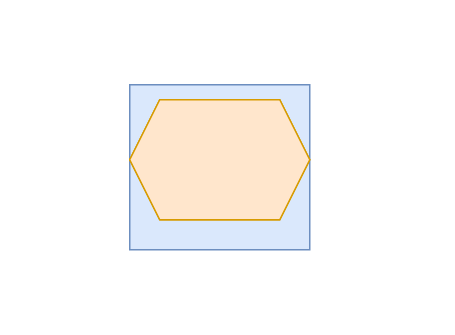
The draw.io diagram Untitled Diagram.drawio in PawanKumar5252/draw.io, before the edit. Source tidied: cells renumbered, new cells numbered last; positions are measured from the earlier drawing's top-left corner, leaving out a move shared by most shapes. Both pictures are drawn from the tidied source at 150%, with x=0, y=0 at pixel (129, 84).
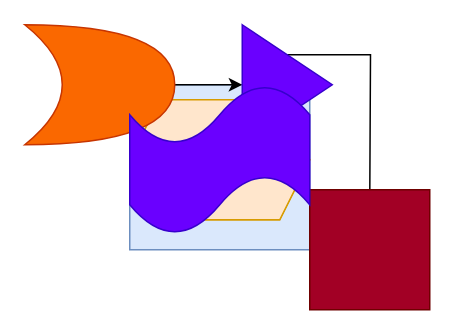
Above is the later version.

The edit, as a diff of the source:
```diff
@@
 <mxGraphModel>
   <root>
     <mxCell id="0" />
     <mxCell id="1" parent="0" />
     <mxCell id="2" style="rounded=0;whiteSpace=wrap;html=1;fillColor=#dae8fc;strokeColor=#6c8ebf;" parent="1" vertex="1">
       <mxGeometry width="120" height="110" as="geometry" />
     </mxCell>
     <mxCell id="3" style="shape=hexagon;perimeter=hexagonPerimeter2;whiteSpace=wrap;html=1;fixedSize=1;fillColor=#ffe6cc;strokeColor=#d79b00;" parent="1" vertex="1">
       <mxGeometry y="10" width="120" height="80" as="geometry" />
     </mxCell>
     <mxCell id="4" style="shape=hexagon;perimeter=hexagonPerimeter2;whiteSpace=wrap;html=1;fixedSize=1;fillColor=#ffe6cc;strokeColor=#d79b00;" parent="1" vertex="1">
       <mxGeometry y="10" width="120" height="80" as="geometry" />
     </mxCell>
+    <mxCell id="5" style="edgeStyle=orthogonalEdgeStyle;rounded=0;jettySize=auto;html=1;entryX=0;entryY=0.5;entryDx=0;entryDy=0;" parent="1" edge="1" source="6" target="8">
+      <mxGeometry relative="1" as="geometry" />
+    </mxCell>
+    <mxCell id="6" style="shape=xor;whiteSpace=wrap;html=1;fillColor=#fa6800;fontColor=#000000;strokeColor=#C73500;" parent="1" vertex="1">
+      <mxGeometry x="-70" y="-40" width="100" height="80" as="geometry" />
+    </mxCell>
+    <mxCell id="7" style="edgeStyle=orthogonalEdgeStyle;rounded=0;jettySize=auto;html=1;exitX=0.5;exitY=0;exitDx=0;exitDy=0;" parent="1" edge="1" source="8">
+      <mxGeometry relative="1" as="geometry">
+        <mxPoint x="160" y="80" as="targetPoint" />
+      </mxGeometry>
+    </mxCell>
+    <mxCell id="8" style="triangle;whiteSpace=wrap;html=1;fillColor=#6a00ff;fontColor=#ffffff;strokeColor=#3700CC;" parent="1" vertex="1">
+      <mxGeometry x="75" y="-40" width="60" height="80" as="geometry" />
+    </mxCell>
+    <mxCell id="9" style="whiteSpace=wrap;html=1;fillColor=#a20025;fontColor=#ffffff;strokeColor=#6F0000;" parent="1" vertex="1">
+      <mxGeometry x="120" y="70" width="80" height="80" as="geometry" />
+    </mxCell>
+    <mxCell id="10" style="shape=tape;whiteSpace=wrap;html=1;fillColor=#6a00ff;fontColor=#ffffff;strokeColor=#3700CC;" parent="1" vertex="1">
+      <mxGeometry width="120" height="100" as="geometry" />
+    </mxCell>
   </root>
 </mxGraphModel>
```
